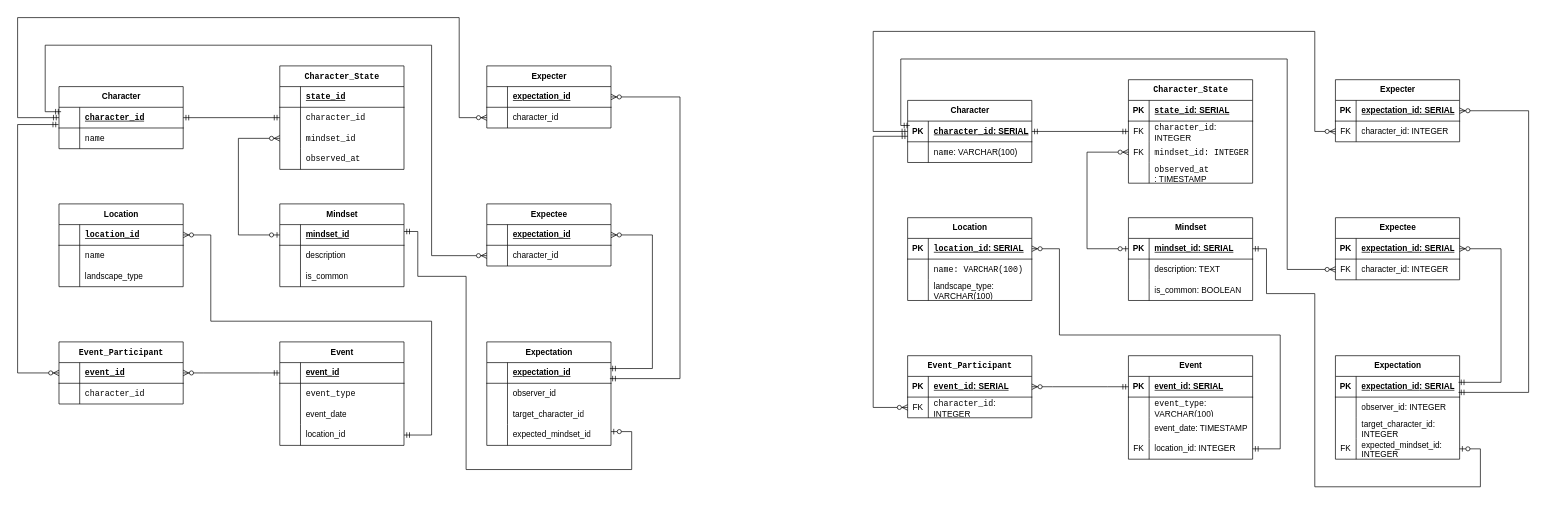
Above: 2_data_base/labs/lab1/lab1.drawio in RomanGolovinn/CSE_ITMO (draw.io), before the change. Source tidied: cells renumbered, new cells numbered last; positions are measured from the earlier drawing's top-left corner, leaving out a move shared by most shapes. Both pictures are drawn from the tidied source at 69%, with x=0, y=0 at pixel (17, 17).
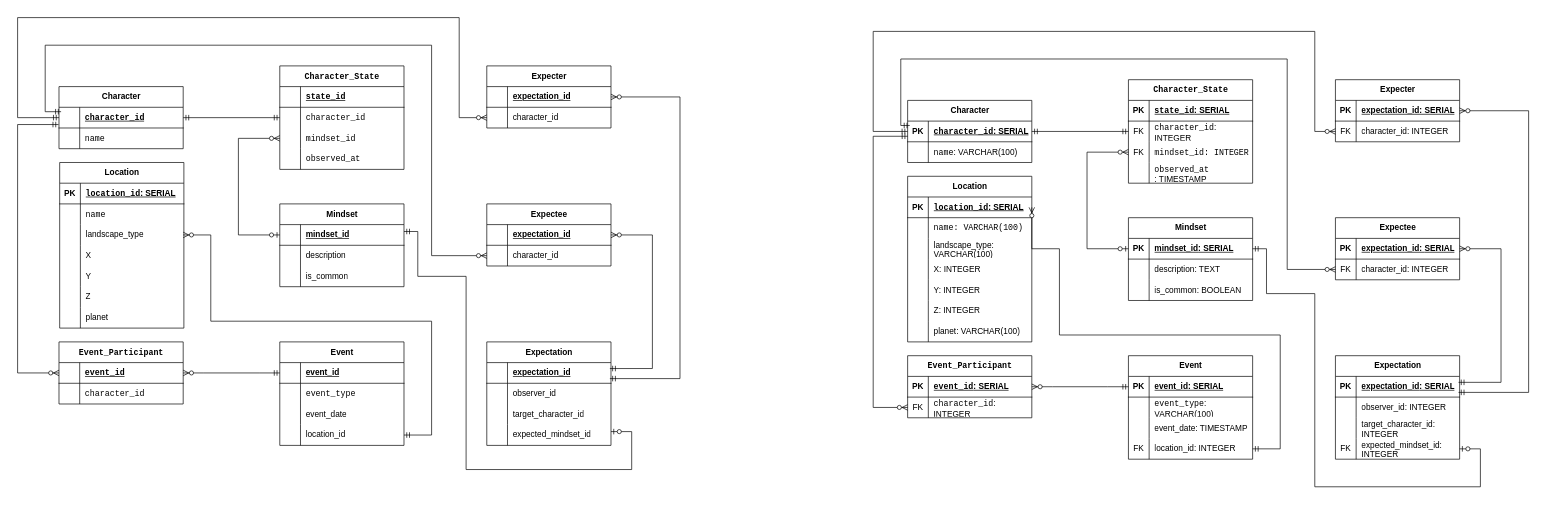
Above is the later version.

The change refers to these unchanged cells:
```xml
<mxCell id="29" style="shape=tableRow;horizontal=0;startSize=0;swimlaneHead=0;swimlaneBody=0;fillColor=none;points=[[0,0.5],[1,0.5]];portConstraint=eastwest;top=0;left=0;right=0;bottom=0;" parent="19" vertex="1">
  <mxGeometry y="120" width="180" height="30" as="geometry" />
</mxCell>
```

Change to the diagram source:
```diff
@@
-    <mxCell id="9" value="Location" style="shape=table;startSize=30;childLayout=tableLayout;rowLines=0;fontStyle=1;align=center;html=1;" parent="1" vertex="1">
-      <mxGeometry x="60" y="270" width="180" height="120" as="geometry" />
-    </mxCell>
-    <mxCell id="10" style="shape=tableRow;horizontal=0;startSize=0;swimlaneHead=0;swimlaneBody=0;fillColor=none;points=[[0,0.5],[1,0.5]];portConstraint=eastwest;top=0;left=0;right=0;bottom=1;" parent="9" vertex="1">
-      <mxGeometry y="30" width="180" height="30" as="geometry" />
-    </mxCell>
-    <mxCell id="11" style="shape=partialRectangle;fillColor=none;top=0;left=0;bottom=0;right=0;fontStyle=1;overflow=hidden;whiteSpace=wrap;html=1;" parent="10" vertex="1">
-      <mxGeometry width="30" height="30" as="geometry" />
-    </mxCell>
-    <mxCell id="12" value="&lt;code&gt;location_id&lt;/code&gt;" style="shape=partialRectangle;fillColor=none;top=0;left=0;bottom=0;right=0;align=left;spacingLeft=6;fontStyle=5;overflow=hidden;whiteSpace=wrap;html=1;" parent="10" vertex="1">
-      <mxGeometry x="30" width="150" height="30" as="geometry" />
-    </mxCell>
-    <mxCell id="13" style="shape=tableRow;horizontal=0;startSize=0;swimlaneHead=0;swimlaneBody=0;fillColor=none;top=0;left=0;right=0;bottom=0;" parent="9" vertex="1">
-      <mxGeometry y="60" width="180" height="30" as="geometry" />
-    </mxCell>
-    <mxCell id="14" style="shape=partialRectangle;fillColor=none;top=0;left=0;bottom=0;right=0;overflow=hidden;whiteSpace=wrap;html=1;" parent="13" vertex="1">
-      <mxGeometry width="30" height="30" as="geometry" />
-    </mxCell>
-    <mxCell id="15" value="&lt;code&gt;name&lt;/code&gt;" style="shape=partialRectangle;fillColor=none;top=0;left=0;bottom=0;right=0;align=left;spacingLeft=6;overflow=hidden;whiteSpace=wrap;html=1;" parent="13" vertex="1">
-      <mxGeometry x="30" width="150" height="30" as="geometry" />
-    </mxCell>
-    <mxCell id="16" style="shape=tableRow;horizontal=0;startSize=0;swimlaneHead=0;swimlaneBody=0;fillColor=none;top=0;left=0;right=0;bottom=0;" parent="9" vertex="1">
-      <mxGeometry y="90" width="180" height="30" as="geometry" />
-    </mxCell>
-    <mxCell id="17" style="shape=partialRectangle;fillColor=none;top=0;left=0;bottom=0;right=0;overflow=hidden;whiteSpace=wrap;html=1;" parent="16" vertex="1">
-      <mxGeometry width="30" height="30" as="geometry" />
-    </mxCell>
-    <mxCell id="18" value="landscape_type" style="shape=partialRectangle;fillColor=none;top=0;left=0;bottom=0;right=0;align=left;spacingLeft=6;overflow=hidden;whiteSpace=wrap;html=1;" parent="16" vertex="1">
-      <mxGeometry x="30" width="150" height="30" as="geometry" />
-    </mxCell>
@@
-    <mxCell id="76" style="edgeStyle=orthogonalEdgeStyle;fontSize=12;html=1;endArrow=ERzeroToMany;startArrow=ERmandOne;rounded=0;exitX=1;exitY=0.5;exitDx=0;exitDy=0;entryX=1;entryY=0.5;entryDx=0;entryDy=0;" parent="1" edge="1" source="29" target="10">
+    <mxCell id="76" style="edgeStyle=orthogonalEdgeStyle;fontSize=12;html=1;endArrow=ERzeroToMany;startArrow=ERmandOne;rounded=0;exitX=1;exitY=0.5;exitDx=0;exitDy=0;entryX=1;entryY=0.5;entryDx=0;entryDy=0;" parent="1" edge="1" source="29">
       <mxGeometry relative="1" as="geometry">
+        <mxPoint x="240" y="315" as="targetPoint" />
         <Array as="points">
           <mxPoint x="600" y="605" />
           <mxPoint x="600" y="440" />
           <mxPoint x="280" y="440" />
           <mxPoint x="280" y="315" />
         </Array>
       </mxGeometry>
     </mxCell>
@@
     <mxCell id="105" value="Location" style="shape=table;startSize=30;childLayout=tableLayout;rowLines=0;fontStyle=1;align=center;html=1;" parent="1" vertex="1">
-      <mxGeometry x="1289.9" y="290" width="180" height="120" as="geometry" />
+      <mxGeometry x="1289.9" y="230" width="180" height="240" as="geometry" />
     </mxCell>
@@
+    <mxCell id="196" style="shape=tableRow;horizontal=0;startSize=0;swimlaneHead=0;swimlaneBody=0;fillColor=none;top=0;left=0;right=0;bottom=0;" parent="105" vertex="1">
+      <mxGeometry y="120" width="180" height="30" as="geometry" />
+    </mxCell>
+    <mxCell id="197" style="shape=partialRectangle;fillColor=none;top=0;left=0;bottom=0;right=0;overflow=hidden;whiteSpace=wrap;html=1;" parent="196" vertex="1">
+      <mxGeometry width="30" height="30" as="geometry" />
+    </mxCell>
+    <mxCell id="198" value="X: INTEGER" style="shape=partialRectangle;fillColor=none;top=0;left=0;bottom=0;right=0;align=left;spacingLeft=6;overflow=hidden;whiteSpace=wrap;html=1;" parent="196" vertex="1">
+      <mxGeometry x="30" width="150" height="30" as="geometry" />
+    </mxCell>
+    <mxCell id="199" style="shape=tableRow;horizontal=0;startSize=0;swimlaneHead=0;swimlaneBody=0;fillColor=none;top=0;left=0;right=0;bottom=0;" parent="105" vertex="1">
+      <mxGeometry y="150" width="180" height="30" as="geometry" />
+    </mxCell>
+    <mxCell id="200" style="shape=partialRectangle;fillColor=none;top=0;left=0;bottom=0;right=0;overflow=hidden;whiteSpace=wrap;html=1;" parent="199" vertex="1">
+      <mxGeometry width="30" height="30" as="geometry" />
+    </mxCell>
+    <mxCell id="201" value="Y: INTEGER" style="shape=partialRectangle;fillColor=none;top=0;left=0;bottom=0;right=0;align=left;spacingLeft=6;overflow=hidden;whiteSpace=wrap;html=1;" parent="199" vertex="1">
+      <mxGeometry x="30" width="150" height="30" as="geometry" />
+    </mxCell>
+    <mxCell id="202" style="shape=tableRow;horizontal=0;startSize=0;swimlaneHead=0;swimlaneBody=0;fillColor=none;top=0;left=0;right=0;bottom=0;" parent="105" vertex="1">
+      <mxGeometry y="180" width="180" height="30" as="geometry" />
+    </mxCell>
+    <mxCell id="203" style="shape=partialRectangle;fillColor=none;top=0;left=0;bottom=0;right=0;overflow=hidden;whiteSpace=wrap;html=1;" parent="202" vertex="1">
+      <mxGeometry width="30" height="30" as="geometry" />
+    </mxCell>
+    <mxCell id="204" value="Z: INTEGER" style="shape=partialRectangle;fillColor=none;top=0;left=0;bottom=0;right=0;align=left;spacingLeft=6;overflow=hidden;whiteSpace=wrap;html=1;" parent="202" vertex="1">
+      <mxGeometry x="30" width="150" height="30" as="geometry" />
+    </mxCell>
+    <mxCell id="205" style="shape=tableRow;horizontal=0;startSize=0;swimlaneHead=0;swimlaneBody=0;fillColor=none;top=0;left=0;right=0;bottom=0;" parent="105" vertex="1">
+      <mxGeometry y="210" width="180" height="30" as="geometry" />
+    </mxCell>
+    <mxCell id="206" style="shape=partialRectangle;fillColor=none;top=0;left=0;bottom=0;right=0;overflow=hidden;whiteSpace=wrap;html=1;" parent="205" vertex="1">
+      <mxGeometry width="30" height="30" as="geometry" />
+    </mxCell>
+    <mxCell id="207" value="planet: VARCHAR(100)" style="shape=partialRectangle;fillColor=none;top=0;left=0;bottom=0;right=0;align=left;spacingLeft=6;overflow=hidden;whiteSpace=wrap;html=1;" parent="205" vertex="1">
+      <mxGeometry x="30" width="150" height="30" as="geometry" />
+    </mxCell>
@@
+    <mxCell id="9" value="Location" style="shape=table;startSize=30;childLayout=tableLayout;rowLines=0;fontStyle=1;align=center;html=1;" parent="1" vertex="1">
+      <mxGeometry x="61" y="210" width="180" height="240" as="geometry" />
+    </mxCell>
+    <mxCell id="10" style="shape=tableRow;horizontal=0;startSize=0;swimlaneHead=0;swimlaneBody=0;fillColor=none;points=[[0,0.5],[1,0.5]];portConstraint=eastwest;top=0;left=0;right=0;bottom=1;" parent="9" vertex="1">
+      <mxGeometry y="30" width="180" height="30" as="geometry" />
+    </mxCell>
+    <mxCell id="208" value="PK" style="shape=partialRectangle;fillColor=none;top=0;left=0;bottom=0;right=0;fontStyle=1;overflow=hidden;whiteSpace=wrap;html=1;" parent="10" vertex="1">
+      <mxGeometry width="30" height="30" as="geometry" />
+    </mxCell>
+    <mxCell id="209" value="&lt;code&gt;location_id&lt;/code&gt;: SERIAL" style="shape=partialRectangle;fillColor=none;top=0;left=0;bottom=0;right=0;align=left;spacingLeft=6;fontStyle=5;overflow=hidden;whiteSpace=wrap;html=1;" parent="10" vertex="1">
+      <mxGeometry x="30" width="150" height="30" as="geometry" />
+    </mxCell>
+    <mxCell id="13" style="shape=tableRow;horizontal=0;startSize=0;swimlaneHead=0;swimlaneBody=0;fillColor=none;top=0;left=0;right=0;bottom=0;" parent="9" vertex="1">
+      <mxGeometry y="60" width="180" height="30" as="geometry" />
+    </mxCell>
+    <mxCell id="210" style="shape=partialRectangle;fillColor=none;top=0;left=0;bottom=0;right=0;overflow=hidden;whiteSpace=wrap;html=1;" parent="13" vertex="1">
+      <mxGeometry width="30" height="30" as="geometry" />
+    </mxCell>
+    <mxCell id="15" value="&lt;div&gt;&lt;code&gt;name&lt;/code&gt;&lt;/div&gt;" style="shape=partialRectangle;fillColor=none;top=0;left=0;bottom=0;right=0;align=left;spacingLeft=6;overflow=hidden;whiteSpace=wrap;html=1;" parent="13" vertex="1">
+      <mxGeometry x="30" width="150" height="30" as="geometry" />
+    </mxCell>
+    <mxCell id="16" style="shape=tableRow;horizontal=0;startSize=0;swimlaneHead=0;swimlaneBody=0;fillColor=none;top=0;left=0;right=0;bottom=0;" parent="9" vertex="1">
+      <mxGeometry y="90" width="180" height="30" as="geometry" />
+    </mxCell>
+    <mxCell id="211" style="shape=partialRectangle;fillColor=none;top=0;left=0;bottom=0;right=0;overflow=hidden;whiteSpace=wrap;html=1;" parent="16" vertex="1">
+      <mxGeometry width="30" height="30" as="geometry" />
+    </mxCell>
+    <mxCell id="18" value="landscape_type" style="shape=partialRectangle;fillColor=none;top=0;left=0;bottom=0;right=0;align=left;spacingLeft=6;overflow=hidden;whiteSpace=wrap;html=1;" parent="16" vertex="1">
+      <mxGeometry x="30" width="150" height="30" as="geometry" />
+    </mxCell>
+    <mxCell id="212" style="shape=tableRow;horizontal=0;startSize=0;swimlaneHead=0;swimlaneBody=0;fillColor=none;top=0;left=0;right=0;bottom=0;" parent="9" vertex="1">
+      <mxGeometry y="120" width="180" height="30" as="geometry" />
+    </mxCell>
+    <mxCell id="213" style="shape=partialRectangle;fillColor=none;top=0;left=0;bottom=0;right=0;overflow=hidden;whiteSpace=wrap;html=1;" parent="212" vertex="1">
+      <mxGeometry width="30" height="30" as="geometry" />
+    </mxCell>
+    <mxCell id="214" value="X" style="shape=partialRectangle;fillColor=none;top=0;left=0;bottom=0;right=0;align=left;spacingLeft=6;overflow=hidden;whiteSpace=wrap;html=1;" parent="212" vertex="1">
+      <mxGeometry x="30" width="150" height="30" as="geometry" />
+    </mxCell>
+    <mxCell id="215" style="shape=tableRow;horizontal=0;startSize=0;swimlaneHead=0;swimlaneBody=0;fillColor=none;top=0;left=0;right=0;bottom=0;" parent="9" vertex="1">
+      <mxGeometry y="150" width="180" height="30" as="geometry" />
+    </mxCell>
+    <mxCell id="216" style="shape=partialRectangle;fillColor=none;top=0;left=0;bottom=0;right=0;overflow=hidden;whiteSpace=wrap;html=1;" parent="215" vertex="1">
+      <mxGeometry width="30" height="30" as="geometry" />
+    </mxCell>
+    <mxCell id="217" value="&lt;div&gt;Y&lt;/div&gt;" style="shape=partialRectangle;fillColor=none;top=0;left=0;bottom=0;right=0;align=left;spacingLeft=6;overflow=hidden;whiteSpace=wrap;html=1;" parent="215" vertex="1">
+      <mxGeometry x="30" width="150" height="30" as="geometry" />
+    </mxCell>
+    <mxCell id="218" style="shape=tableRow;horizontal=0;startSize=0;swimlaneHead=0;swimlaneBody=0;fillColor=none;top=0;left=0;right=0;bottom=0;" parent="9" vertex="1">
+      <mxGeometry y="180" width="180" height="30" as="geometry" />
+    </mxCell>
+    <mxCell id="219" style="shape=partialRectangle;fillColor=none;top=0;left=0;bottom=0;right=0;overflow=hidden;whiteSpace=wrap;html=1;" parent="218" vertex="1">
+      <mxGeometry width="30" height="30" as="geometry" />
+    </mxCell>
+    <mxCell id="220" value="Z" style="shape=partialRectangle;fillColor=none;top=0;left=0;bottom=0;right=0;align=left;spacingLeft=6;overflow=hidden;whiteSpace=wrap;html=1;" parent="218" vertex="1">
+      <mxGeometry x="30" width="150" height="30" as="geometry" />
+    </mxCell>
+    <mxCell id="221" style="shape=tableRow;horizontal=0;startSize=0;swimlaneHead=0;swimlaneBody=0;fillColor=none;top=0;left=0;right=0;bottom=0;" parent="9" vertex="1">
+      <mxGeometry y="210" width="180" height="30" as="geometry" />
+    </mxCell>
+    <mxCell id="222" style="shape=partialRectangle;fillColor=none;top=0;left=0;bottom=0;right=0;overflow=hidden;whiteSpace=wrap;html=1;" parent="221" vertex="1">
+      <mxGeometry width="30" height="30" as="geometry" />
+    </mxCell>
+    <mxCell id="223" value="planet" style="shape=partialRectangle;fillColor=none;top=0;left=0;bottom=0;right=0;align=left;spacingLeft=6;overflow=hidden;whiteSpace=wrap;html=1;" parent="221" vertex="1">
+      <mxGeometry x="30" width="150" height="30" as="geometry" />
+    </mxCell>
```
